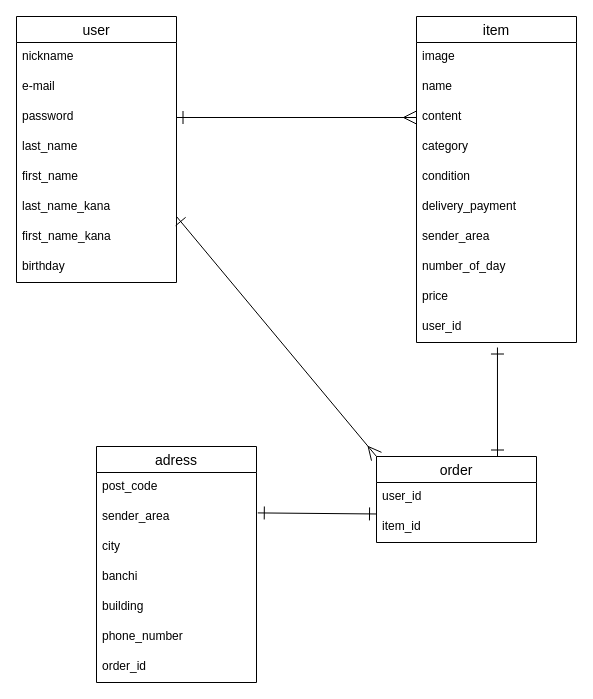
Before: er.dio in naminoriko/furima-39235, a draw.io diagram. Source tidied: cells renumbered, new cells numbered last; positions are measured from the earlier drawing's top-left corner, leaving out a move shared by most shapes. Both pictures are drawn from the tidied source at 100%, with x=0, y=0 at pixel (16, 16).
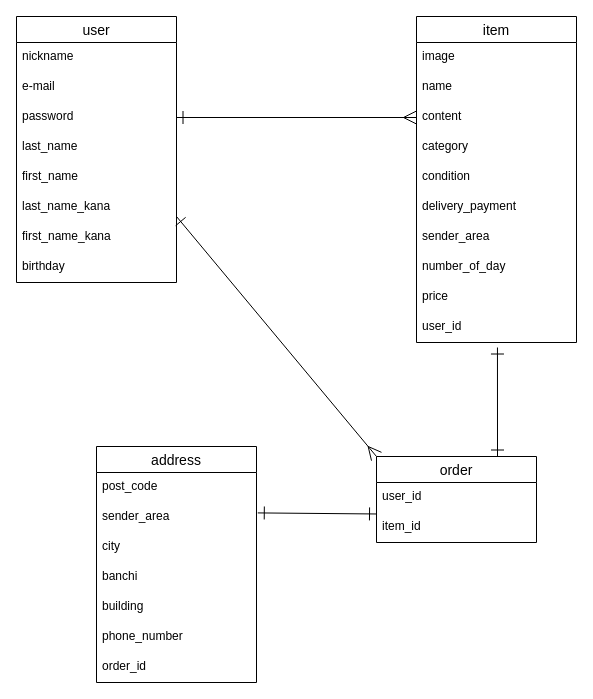
Above is the later version.

Commit message:
er.dio内住所表記の誤字修正

Change to the diagram source:
```diff
@@
-    <mxCell id="22" value="adress" style="swimlane;fontStyle=0;horizontal=1;startSize=26;align=center;fontSize=14;" parent="1" vertex="1">
+    <mxCell id="22" value="address" style="swimlane;fontStyle=0;horizontal=1;startSize=26;align=center;fontSize=14;" parent="1" vertex="1">
       <mxGeometry x="80" y="430" width="160" height="236" as="geometry" />
     </mxCell>
```
